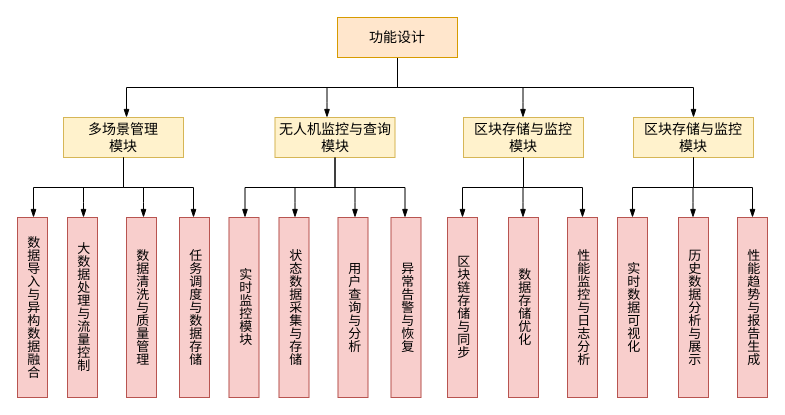
This is 系统总体功能结 构图.drawio from jiaojb/py-crawler, a draw.io file, before an edit. Source tidied: cells renumbered, new cells numbered last; positions are measured from the earlier drawing's top-left corner, leaving out a move shared by most shapes. Both pictures are drawn from the tidied source at 100%, with x=0, y=0 at pixel (17, 17).
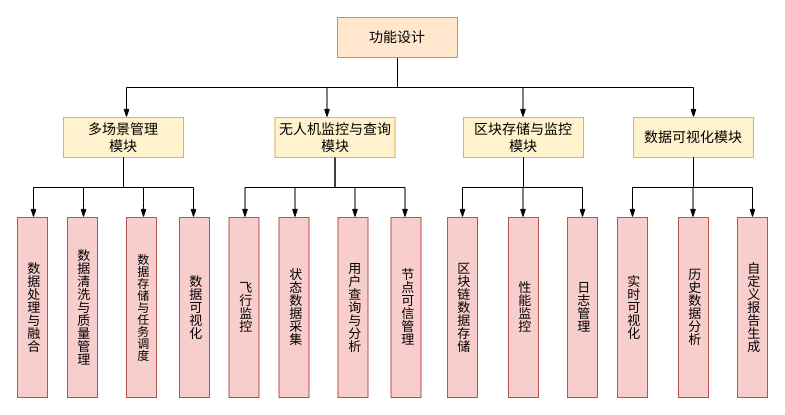
The same diagram, later.

Commit message:
更新系统总体功能结 构图.drawio

The edit, as a diff of the source:
```diff
@@
-    <mxCell id="12" value="&lt;font style=&quot;font-size: 13px;&quot;&gt;数据导入与异构数据融合&lt;/font&gt;" style="rounded=0;verticalAlign=middle;textDirection=vertical-rl;whiteSpace=wrap;html=1;align=center;fillColor=#f8cecc;strokeColor=#b85450;" parent="1" vertex="1">
+    <mxCell id="12" value="&lt;font style=&quot;font-size: 13px;&quot;&gt;数据处理与融合&lt;/font&gt;" style="rounded=0;verticalAlign=middle;textDirection=vertical-rl;whiteSpace=wrap;html=1;align=center;fillColor=#f8cecc;strokeColor=#b85450;" parent="1" vertex="1">
       <mxGeometry y="200" width="30" height="180" as="geometry" />
     </mxCell>
-    <mxCell id="13" value="&lt;font style=&quot;font-size: 13px;&quot;&gt;大数据处理与流量控制&lt;/font&gt;" style="rounded=0;verticalAlign=middle;textDirection=vertical-rl;whiteSpace=wrap;html=1;align=center;fillColor=#f8cecc;strokeColor=#b85450;" parent="1" vertex="1">
+    <mxCell id="13" value="&lt;span style=&quot;font-size: 13px;&quot;&gt;数据清洗与质量管理&lt;/span&gt;" style="rounded=0;verticalAlign=middle;textDirection=vertical-rl;whiteSpace=wrap;html=1;align=center;fillColor=#f8cecc;strokeColor=#b85450;" parent="1" vertex="1">
       <mxGeometry x="50" y="200" width="30" height="180" as="geometry" />
     </mxCell>
-    <mxCell id="14" value="&lt;font style=&quot;font-size: 13px;&quot;&gt;数据清洗与质量管理&lt;/font&gt;" style="rounded=0;verticalAlign=middle;textDirection=vertical-rl;whiteSpace=wrap;html=1;align=center;fillColor=#f8cecc;strokeColor=#b85450;" parent="1" vertex="1">
+    <mxCell id="14" value="数据存储与任务调度" style="rounded=0;verticalAlign=middle;textDirection=vertical-rl;whiteSpace=wrap;html=1;align=center;fillColor=#f8cecc;strokeColor=#b85450;" parent="1" vertex="1">
       <mxGeometry x="109" y="200" width="30" height="180" as="geometry" />
     </mxCell>
-    <mxCell id="15" value="&lt;font style=&quot;font-size: 13px;&quot;&gt;任务调度与数据存储&lt;/font&gt;" style="rounded=0;verticalAlign=middle;textDirection=vertical-rl;whiteSpace=wrap;html=1;align=center;fillColor=#f8cecc;strokeColor=#b85450;" parent="1" vertex="1">
+    <mxCell id="15" value="&lt;span style=&quot;font-size: 13px;&quot;&gt;数据可视化&lt;/span&gt;" style="rounded=0;verticalAlign=middle;textDirection=vertical-rl;whiteSpace=wrap;html=1;align=center;fillColor=#f8cecc;strokeColor=#b85450;" parent="1" vertex="1">
       <mxGeometry x="162" y="200" width="30" height="180" as="geometry" />
     </mxCell>
@@
-    <mxCell id="21" value="&lt;font style=&quot;font-size: 13px;&quot;&gt;实时监控模块&lt;/font&gt;" style="rounded=0;verticalAlign=middle;textDirection=vertical-rl;whiteSpace=wrap;html=1;align=center;fillColor=#f8cecc;strokeColor=#b85450;" parent="1" vertex="1">
+    <mxCell id="21" value="&lt;span style=&quot;font-size: 13px;&quot;&gt;飞行监控&lt;/span&gt;" style="rounded=0;verticalAlign=middle;textDirection=vertical-rl;whiteSpace=wrap;html=1;align=center;fillColor=#f8cecc;strokeColor=#b85450;" parent="1" vertex="1">
       <mxGeometry x="211.5" y="200" width="30" height="180" as="geometry" />
     </mxCell>
-    <mxCell id="22" value="&lt;font style=&quot;font-size: 13px;&quot;&gt;状态数据采集与存储&lt;/font&gt;" style="rounded=0;verticalAlign=middle;textDirection=vertical-rl;whiteSpace=wrap;html=1;align=center;fillColor=#f8cecc;strokeColor=#b85450;" parent="1" vertex="1">
+    <mxCell id="22" value="&lt;font style=&quot;font-size: 13px;&quot;&gt;状态数据采集&lt;/font&gt;" style="rounded=0;verticalAlign=middle;textDirection=vertical-rl;whiteSpace=wrap;html=1;align=center;fillColor=#f8cecc;strokeColor=#b85450;" parent="1" vertex="1">
       <mxGeometry x="261.5" y="200" width="30" height="180" as="geometry" />
     </mxCell>
@@
-    <mxCell id="24" value="&lt;font style=&quot;font-size: 13px;&quot;&gt;异常告警与恢复&lt;/font&gt;" style="rounded=0;verticalAlign=middle;textDirection=vertical-rl;whiteSpace=wrap;html=1;align=center;fillColor=#f8cecc;strokeColor=#b85450;" parent="1" vertex="1">
+    <mxCell id="24" value="&lt;font style=&quot;font-size: 13px;&quot;&gt;节点可信管理&lt;/font&gt;" style="rounded=0;verticalAlign=middle;textDirection=vertical-rl;whiteSpace=wrap;html=1;align=center;fillColor=#f8cecc;strokeColor=#b85450;" parent="1" vertex="1">
       <mxGeometry x="373.5" y="200" width="30" height="180" as="geometry" />
     </mxCell>
@@
-    <mxCell id="29" value="&lt;font style=&quot;font-size: 13px;&quot;&gt;区块链存储与同步&lt;/font&gt;" style="rounded=0;verticalAlign=middle;textDirection=vertical-rl;whiteSpace=wrap;html=1;align=center;fillColor=#f8cecc;strokeColor=#b85450;" parent="1" vertex="1">
+    <mxCell id="29" value="&lt;font style=&quot;font-size: 13px;&quot;&gt;区块链数据存储&lt;/font&gt;" style="rounded=0;verticalAlign=middle;textDirection=vertical-rl;whiteSpace=wrap;html=1;align=center;fillColor=#f8cecc;strokeColor=#b85450;" parent="1" vertex="1">
       <mxGeometry x="430" y="200" width="30" height="180" as="geometry" />
     </mxCell>
-    <mxCell id="30" value="&lt;font style=&quot;font-size: 13px;&quot;&gt;数据存储优化&lt;/font&gt;" style="rounded=0;verticalAlign=middle;textDirection=vertical-rl;whiteSpace=wrap;html=1;align=center;fillColor=#f8cecc;strokeColor=#b85450;" parent="1" vertex="1">
+    <mxCell id="30" value="&lt;font style=&quot;font-size: 13px;&quot;&gt;性能监控&lt;/font&gt;" style="rounded=0;verticalAlign=middle;textDirection=vertical-rl;whiteSpace=wrap;html=1;align=center;fillColor=#f8cecc;strokeColor=#b85450;" parent="1" vertex="1">
       <mxGeometry x="491" y="200" width="30" height="180" as="geometry" />
     </mxCell>
-    <mxCell id="31" value="&lt;font style=&quot;font-size: 13px;&quot;&gt;性能监控与日志分析&lt;/font&gt;" style="rounded=0;verticalAlign=middle;textDirection=vertical-rl;whiteSpace=wrap;html=1;align=center;fillColor=#f8cecc;strokeColor=#b85450;" parent="1" vertex="1">
+    <mxCell id="31" value="&lt;font style=&quot;font-size: 13px;&quot;&gt;日志管理&lt;/font&gt;" style="rounded=0;verticalAlign=middle;textDirection=vertical-rl;whiteSpace=wrap;html=1;align=center;fillColor=#f8cecc;strokeColor=#b85450;" parent="1" vertex="1">
       <mxGeometry x="550" y="200" width="30" height="180" as="geometry" />
     </mxCell>
-    <mxCell id="32" value="&lt;font style=&quot;font-size: 14px;&quot;&gt;区块存储与监控&lt;/font&gt;&lt;div&gt;&lt;font style=&quot;font-size: 14px;&quot;&gt;模块&lt;/font&gt;&lt;/div&gt;" style="rounded=0;whiteSpace=wrap;html=1;fillColor=#fff2cc;strokeColor=#d6b656;" parent="1" vertex="1">
+    <mxCell id="32" value="&lt;span style=&quot;font-size: 14px;&quot;&gt;数据可视化模块&lt;/span&gt;" style="rounded=0;whiteSpace=wrap;html=1;fillColor=#fff2cc;strokeColor=#d6b656;" parent="1" vertex="1">
       <mxGeometry x="616" y="100" width="120" height="40" as="geometry" />
     </mxCell>
@@
-    <mxCell id="36" value="&lt;font style=&quot;font-size: 13px;&quot;&gt;实时数据可视化&lt;/font&gt;" style="rounded=0;verticalAlign=middle;textDirection=vertical-rl;whiteSpace=wrap;html=1;align=center;fillColor=#f8cecc;strokeColor=#b85450;" parent="1" vertex="1">
+    <mxCell id="36" value="&lt;font style=&quot;font-size: 13px;&quot;&gt;实时可视化&lt;/font&gt;" style="rounded=0;verticalAlign=middle;textDirection=vertical-rl;whiteSpace=wrap;html=1;align=center;fillColor=#f8cecc;strokeColor=#b85450;" parent="1" vertex="1">
       <mxGeometry x="600" y="200" width="30" height="180" as="geometry" />
     </mxCell>
-    <mxCell id="37" value="&lt;font style=&quot;font-size: 13px;&quot;&gt;历史数据分析与展示&lt;/font&gt;" style="rounded=0;verticalAlign=middle;textDirection=vertical-rl;whiteSpace=wrap;html=1;align=center;fillColor=#f8cecc;strokeColor=#b85450;" parent="1" vertex="1">
+    <mxCell id="37" value="&lt;font style=&quot;font-size: 13px;&quot;&gt;历史数据分析&lt;/font&gt;" style="rounded=0;verticalAlign=middle;textDirection=vertical-rl;whiteSpace=wrap;html=1;align=center;fillColor=#f8cecc;strokeColor=#b85450;" parent="1" vertex="1">
       <mxGeometry x="661" y="200" width="30" height="180" as="geometry" />
     </mxCell>
-    <mxCell id="38" value="&lt;font style=&quot;font-size: 13px;&quot;&gt;性能趋势与报告生成&lt;/font&gt;" style="rounded=0;verticalAlign=middle;textDirection=vertical-rl;whiteSpace=wrap;html=1;align=center;fillColor=#f8cecc;strokeColor=#b85450;" parent="1" vertex="1">
+    <mxCell id="38" value="&lt;font style=&quot;font-size: 13px;&quot;&gt;自定义报告生成&lt;/font&gt;" style="rounded=0;verticalAlign=middle;textDirection=vertical-rl;whiteSpace=wrap;html=1;align=center;fillColor=#f8cecc;strokeColor=#b85450;" parent="1" vertex="1">
       <mxGeometry x="720" y="200" width="30" height="180" as="geometry" />
     </mxCell>
```
